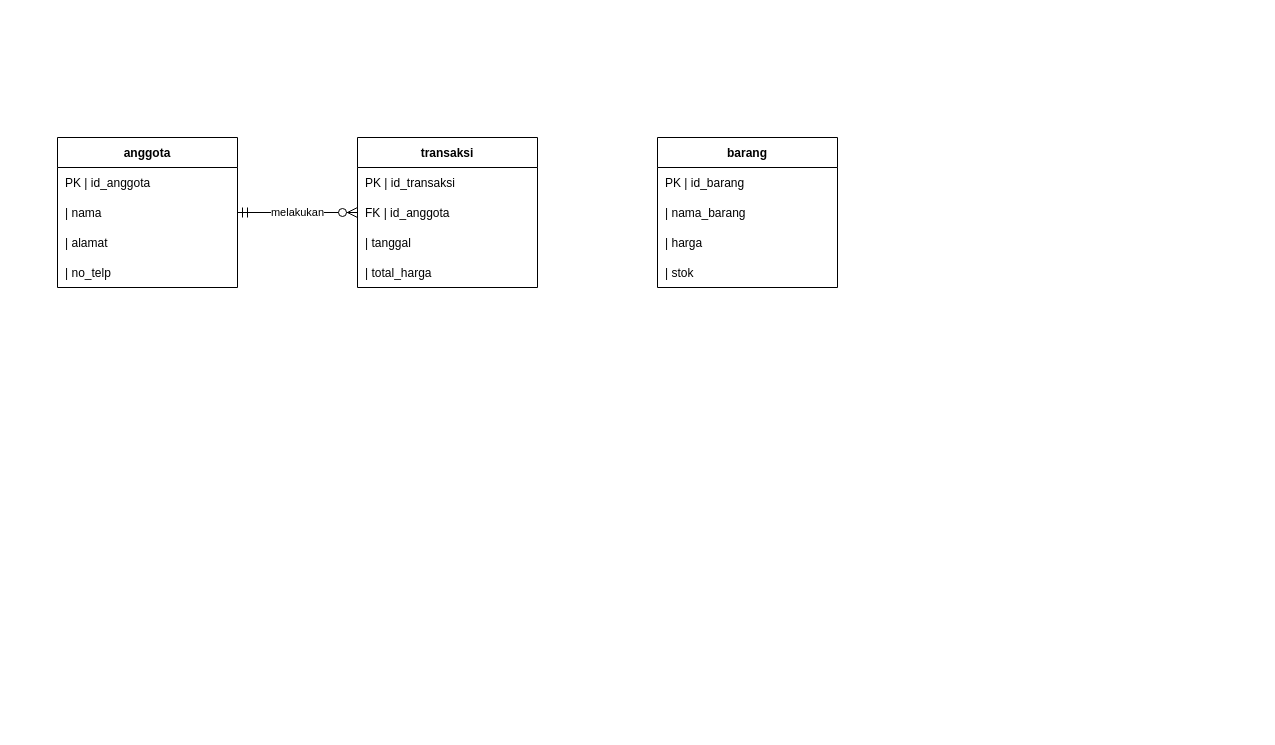
Before: p03_erd_kopma_25430113.drawio in gustyantamatiyadie837-tech/basisdata-25430113, a draw.io diagram. Source tidied: cells renumbered, new cells numbered last; positions are measured from the earlier drawing's top-left corner, leaving out a move shared by most shapes. Both pictures are drawn from the tidied source at 100%, with x=0, y=0 at pixel (57, 137).
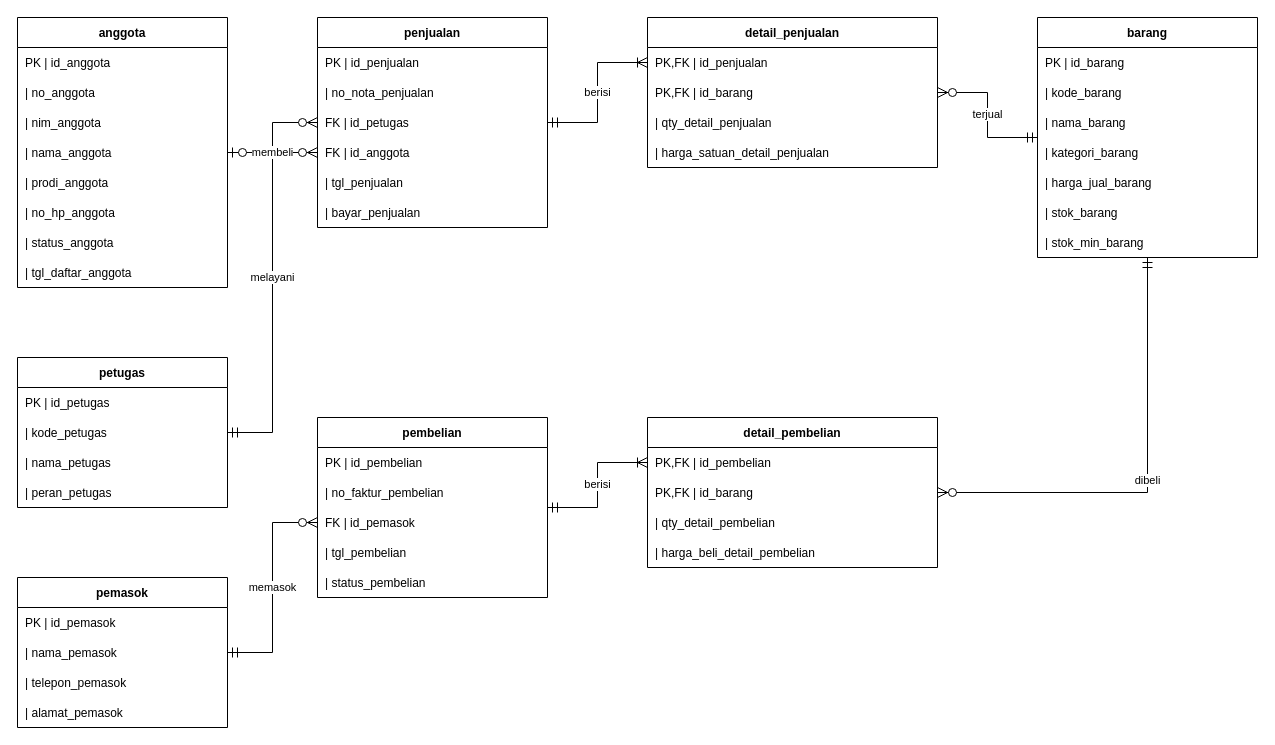
After the change.

Commit message (it also covers changes not shown here):
Perbaiki modul 2-4: skema perpustakaan dan ERD

Change to the diagram source:
```diff
@@
     <mxCell id="2" value="anggota" style="shape=table;startSize=30;childLayout=tableLayout;rowLines=1;fontStyle=1;align=center;" parent="1" vertex="1">
-      <mxGeometry width="180" height="150" as="geometry" />
+      <mxGeometry x="-40" y="-120" width="210" height="270" as="geometry" />
     </mxCell>
     <mxCell id="3" value="PK | id_anggota" style="shape=partialRectangle;fillColor=none;strokeColor=inherit;top=0;left=0;bottom=0;right=0;align=left;spacingLeft=6;" parent="2" vertex="1">
-      <mxGeometry y="30" width="180" height="30" as="geometry" />
+      <mxGeometry y="30" width="210" height="30" as="geometry" />
     </mxCell>
-    <mxCell id="4" value="     | nama" style="shape=partialRectangle;fillColor=none;strokeColor=inherit;top=0;left=0;bottom=0;right=0;align=left;spacingLeft=6;" parent="2" vertex="1">
-      <mxGeometry y="60" width="180" height="30" as="geometry" />
-    </mxCell>
-    <mxCell id="5" value="     | alamat" style="shape=partialRectangle;fillColor=none;strokeColor=inherit;top=0;left=0;bottom=0;right=0;align=left;spacingLeft=6;" parent="2" vertex="1">
-      <mxGeometry y="90" width="180" height="30" as="geometry" />
-    </mxCell>
-    <mxCell id="6" value="     | no_telp" style="shape=partialRectangle;fillColor=none;strokeColor=inherit;top=0;left=0;bottom=0;right=0;align=left;spacingLeft=6;" parent="2" vertex="1">
-      <mxGeometry y="120" width="180" height="30" as="geometry" />
-    </mxCell>
-    <mxCell id="7" value="transaksi" style="shape=table;startSize=30;childLayout=tableLayout;rowLines=1;fontStyle=1;align=center;" parent="1" vertex="1">
-      <mxGeometry x="300" width="180" height="150" as="geometry" />
-    </mxCell>
-    <mxCell id="8" value="PK | id_transaksi" style="shape=partialRectangle;fillColor=none;strokeColor=inherit;top=0;left=0;bottom=0;right=0;align=left;spacingLeft=6;" parent="7" vertex="1">
-      <mxGeometry y="30" width="180" height="30" as="geometry" />
-    </mxCell>
+    <mxCell id="18" value="     | no_anggota" style="shape=partialRectangle;fillColor=none;strokeColor=inherit;top=0;left=0;bottom=0;right=0;align=left;spacingLeft=6;" parent="2" vertex="1">
+      <mxGeometry y="60" width="210" height="30" as="geometry" />
+    </mxCell>
+    <mxCell id="19" value="     | nim_anggota" style="shape=partialRectangle;fillColor=none;strokeColor=inherit;top=0;left=0;bottom=0;right=0;align=left;spacingLeft=6;" parent="2" vertex="1">
+      <mxGeometry y="90" width="210" height="30" as="geometry" />
+    </mxCell>
+    <mxCell id="20" value="     | nama_anggota" style="shape=partialRectangle;fillColor=none;strokeColor=inherit;top=0;left=0;bottom=0;right=0;align=left;spacingLeft=6;" parent="2" vertex="1">
+      <mxGeometry y="120" width="210" height="30" as="geometry" />
+    </mxCell>
+    <mxCell id="21" value="     | prodi_anggota" style="shape=partialRectangle;fillColor=none;strokeColor=inherit;top=0;left=0;bottom=0;right=0;align=left;spacingLeft=6;" parent="2" vertex="1">
+      <mxGeometry y="150" width="210" height="30" as="geometry" />
+    </mxCell>
+    <mxCell id="22" value="     | no_hp_anggota" style="shape=partialRectangle;fillColor=none;strokeColor=inherit;top=0;left=0;bottom=0;right=0;align=left;spacingLeft=6;" parent="2" vertex="1">
+      <mxGeometry y="180" width="210" height="30" as="geometry" />
+    </mxCell>
+    <mxCell id="23" value="     | status_anggota" style="shape=partialRectangle;fillColor=none;strokeColor=inherit;top=0;left=0;bottom=0;right=0;align=left;spacingLeft=6;" parent="2" vertex="1">
+      <mxGeometry y="210" width="210" height="30" as="geometry" />
+    </mxCell>
+    <mxCell id="24" value="     | tgl_daftar_anggota" style="shape=partialRectangle;fillColor=none;strokeColor=inherit;top=0;left=0;bottom=0;right=0;align=left;spacingLeft=6;" parent="2" vertex="1">
+      <mxGeometry y="240" width="210" height="30" as="geometry" />
+    </mxCell>
+    <mxCell id="25" value="petugas" style="shape=table;startSize=30;childLayout=tableLayout;rowLines=1;fontStyle=1;align=center;" parent="1" vertex="1">
+      <mxGeometry x="-40" y="220" width="210" height="150" as="geometry" />
+    </mxCell>
+    <mxCell id="26" value="PK | id_petugas" style="shape=partialRectangle;fillColor=none;strokeColor=inherit;top=0;left=0;bottom=0;right=0;align=left;spacingLeft=6;" parent="25" vertex="1">
+      <mxGeometry y="30" width="210" height="30" as="geometry" />
+    </mxCell>
+    <mxCell id="27" value="     | kode_petugas" style="shape=partialRectangle;fillColor=none;strokeColor=inherit;top=0;left=0;bottom=0;right=0;align=left;spacingLeft=6;" parent="25" vertex="1">
+      <mxGeometry y="60" width="210" height="30" as="geometry" />
+    </mxCell>
+    <mxCell id="28" value="     | nama_petugas" style="shape=partialRectangle;fillColor=none;strokeColor=inherit;top=0;left=0;bottom=0;right=0;align=left;spacingLeft=6;" parent="25" vertex="1">
+      <mxGeometry y="90" width="210" height="30" as="geometry" />
+    </mxCell>
+    <mxCell id="29" value="     | peran_petugas" style="shape=partialRectangle;fillColor=none;strokeColor=inherit;top=0;left=0;bottom=0;right=0;align=left;spacingLeft=6;" parent="25" vertex="1">
+      <mxGeometry y="120" width="210" height="30" as="geometry" />
+    </mxCell>
+    <mxCell id="30" value="pemasok" style="shape=table;startSize=30;childLayout=tableLayout;rowLines=1;fontStyle=1;align=center;" parent="1" vertex="1">
+      <mxGeometry x="-40" y="440" width="210" height="150" as="geometry" />
+    </mxCell>
+    <mxCell id="31" value="PK | id_pemasok" style="shape=partialRectangle;fillColor=none;strokeColor=inherit;top=0;left=0;bottom=0;right=0;align=left;spacingLeft=6;" parent="30" vertex="1">
+      <mxGeometry y="30" width="210" height="30" as="geometry" />
+    </mxCell>
+    <mxCell id="32" value="     | nama_pemasok" style="shape=partialRectangle;fillColor=none;strokeColor=inherit;top=0;left=0;bottom=0;right=0;align=left;spacingLeft=6;" parent="30" vertex="1">
+      <mxGeometry y="60" width="210" height="30" as="geometry" />
+    </mxCell>
+    <mxCell id="33" value="     | telepon_pemasok" style="shape=partialRectangle;fillColor=none;strokeColor=inherit;top=0;left=0;bottom=0;right=0;align=left;spacingLeft=6;" parent="30" vertex="1">
+      <mxGeometry y="90" width="210" height="30" as="geometry" />
+    </mxCell>
+    <mxCell id="34" value="     | alamat_pemasok" style="shape=partialRectangle;fillColor=none;strokeColor=inherit;top=0;left=0;bottom=0;right=0;align=left;spacingLeft=6;" parent="30" vertex="1">
+      <mxGeometry y="120" width="210" height="30" as="geometry" />
+    </mxCell>
+    <mxCell id="35" value="penjualan" style="shape=table;startSize=30;childLayout=tableLayout;rowLines=1;fontStyle=1;align=center;" parent="1" vertex="1">
+      <mxGeometry x="260" y="-120" width="230" height="210" as="geometry" />
+    </mxCell>
+    <mxCell id="36" value="PK | id_penjualan" style="shape=partialRectangle;fillColor=none;strokeColor=inherit;top=0;left=0;bottom=0;right=0;align=left;spacingLeft=6;" parent="35" vertex="1">
+      <mxGeometry y="30" width="230" height="30" as="geometry" />
+    </mxCell>
+    <mxCell id="37" value="     | no_nota_penjualan" style="shape=partialRectangle;fillColor=none;strokeColor=inherit;top=0;left=0;bottom=0;right=0;align=left;spacingLeft=6;" parent="35" vertex="1">
+      <mxGeometry y="60" width="230" height="30" as="geometry" />
+    </mxCell>
+    <mxCell id="38" value="FK | id_petugas" style="shape=partialRectangle;fillColor=none;points=[];strokeColor=inherit;top=0;left=0;bottom=0;right=0;align=left;spacingLeft=6;" parent="35" vertex="1">
+      <mxGeometry y="90" width="230" height="30" as="geometry" />
+    </mxCell>
-    <mxCell id="9" value="FK | id_anggota" style="shape=partialRectangle;fillColor=none;points=[];strokeColor=inherit;top=0;left=0;bottom=0;right=0;align=left;spacingLeft=6;" parent="7" vertex="1">
-      <mxGeometry y="60" width="180" height="30" as="geometry" />
+    <mxCell id="9" value="FK | id_anggota" style="shape=partialRectangle;fillColor=none;points=[];strokeColor=inherit;top=0;left=0;bottom=0;right=0;align=left;spacingLeft=6;" parent="35" vertex="1">
+      <mxGeometry y="120" width="230" height="30" as="geometry" />
     </mxCell>
-    <mxCell id="10" value="     | tanggal" style="shape=partialRectangle;fillColor=none;strokeColor=inherit;top=0;left=0;bottom=0;right=0;align=left;spacingLeft=6;" parent="7" vertex="1">
-      <mxGeometry y="90" width="180" height="30" as="geometry" />
-    </mxCell>
-    <mxCell id="11" value="     | total_harga" style="shape=partialRectangle;fillColor=none;strokeColor=inherit;top=0;left=0;bottom=0;right=0;align=left;spacingLeft=6;" parent="7" vertex="1">
-      <mxGeometry y="120" width="180" height="30" as="geometry" />
-    </mxCell>
+    <mxCell id="39" value="     | tgl_penjualan" style="shape=partialRectangle;fillColor=none;strokeColor=inherit;top=0;left=0;bottom=0;right=0;align=left;spacingLeft=6;" parent="35" vertex="1">
+      <mxGeometry y="150" width="230" height="30" as="geometry" />
+    </mxCell>
+    <mxCell id="40" value="     | bayar_penjualan" style="shape=partialRectangle;fillColor=none;strokeColor=inherit;top=0;left=0;bottom=0;right=0;align=left;spacingLeft=6;" parent="35" vertex="1">
+      <mxGeometry y="180" width="230" height="30" as="geometry" />
+    </mxCell>
+    <mxCell id="41" value="detail_penjualan" style="shape=table;startSize=30;childLayout=tableLayout;rowLines=1;fontStyle=1;align=center;" parent="1" vertex="1">
+      <mxGeometry x="590" y="-120" width="290" height="150" as="geometry" />
+    </mxCell>
+    <mxCell id="42" value="PK,FK | id_penjualan" style="shape=partialRectangle;fillColor=none;points=[];strokeColor=inherit;top=0;left=0;bottom=0;right=0;align=left;spacingLeft=6;" parent="41" vertex="1">
+      <mxGeometry y="30" width="290" height="30" as="geometry" />
+    </mxCell>
+    <mxCell id="43" value="PK,FK | id_barang" style="shape=partialRectangle;fillColor=none;points=[];strokeColor=inherit;top=0;left=0;bottom=0;right=0;align=left;spacingLeft=6;" parent="41" vertex="1">
+      <mxGeometry y="60" width="290" height="30" as="geometry" />
+    </mxCell>
+    <mxCell id="44" value="     | qty_detail_penjualan" style="shape=partialRectangle;fillColor=none;strokeColor=inherit;top=0;left=0;bottom=0;right=0;align=left;spacingLeft=6;" parent="41" vertex="1">
+      <mxGeometry y="90" width="290" height="30" as="geometry" />
+    </mxCell>
+    <mxCell id="45" value="     | harga_satuan_detail_penjualan" style="shape=partialRectangle;fillColor=none;strokeColor=inherit;top=0;left=0;bottom=0;right=0;align=left;spacingLeft=6;" parent="41" vertex="1">
+      <mxGeometry y="120" width="290" height="30" as="geometry" />
+    </mxCell>
     <mxCell id="12" value="barang" style="shape=table;startSize=30;childLayout=tableLayout;rowLines=1;fontStyle=1;align=center;" parent="1" vertex="1">
-      <mxGeometry x="600" width="180" height="150" as="geometry" />
+      <mxGeometry x="980" y="-120" width="220" height="240" as="geometry" />
     </mxCell>
     <mxCell id="13" value="PK | id_barang" style="shape=partialRectangle;fillColor=none;strokeColor=inherit;top=0;left=0;bottom=0;right=0;align=left;spacingLeft=6;" parent="12" vertex="1">
-      <mxGeometry y="30" width="180" height="30" as="geometry" />
+      <mxGeometry y="30" width="220" height="30" as="geometry" />
     </mxCell>
+    <mxCell id="46" value="     | kode_barang" style="shape=partialRectangle;fillColor=none;strokeColor=inherit;top=0;left=0;bottom=0;right=0;align=left;spacingLeft=6;" parent="12" vertex="1">
+      <mxGeometry y="60" width="220" height="30" as="geometry" />
+    </mxCell>
     <mxCell id="14" value="     | nama_barang" style="shape=partialRectangle;fillColor=none;strokeColor=inherit;top=0;left=0;bottom=0;right=0;align=left;spacingLeft=6;" parent="12" vertex="1">
-      <mxGeometry y="60" width="180" height="30" as="geometry" />
+      <mxGeometry y="90" width="220" height="30" as="geometry" />
     </mxCell>
-    <mxCell id="15" value="     | harga" style="shape=partialRectangle;fillColor=none;strokeColor=inherit;top=0;left=0;bottom=0;right=0;align=left;spacingLeft=6;" parent="12" vertex="1">
-      <mxGeometry y="90" width="180" height="30" as="geometry" />
-    </mxCell>
-    <mxCell id="16" value="     | stok" style="shape=partialRectangle;fillColor=none;strokeColor=inherit;top=0;left=0;bottom=0;right=0;align=left;spacingLeft=6;" parent="12" vertex="1">
-      <mxGeometry y="120" width="180" height="30" as="geometry" />
-    </mxCell>
+    <mxCell id="47" value="     | kategori_barang" style="shape=partialRectangle;fillColor=none;strokeColor=inherit;top=0;left=0;bottom=0;right=0;align=left;spacingLeft=6;" parent="12" vertex="1">
+      <mxGeometry y="120" width="220" height="30" as="geometry" />
+    </mxCell>
+    <mxCell id="48" value="     | harga_jual_barang" style="shape=partialRectangle;fillColor=none;strokeColor=inherit;top=0;left=0;bottom=0;right=0;align=left;spacingLeft=6;" parent="12" vertex="1">
+      <mxGeometry y="150" width="220" height="30" as="geometry" />
+    </mxCell>
+    <mxCell id="49" value="     | stok_barang" style="shape=partialRectangle;fillColor=none;strokeColor=inherit;top=0;left=0;bottom=0;right=0;align=left;spacingLeft=6;" parent="12" vertex="1">
+      <mxGeometry y="180" width="220" height="30" as="geometry" />
+    </mxCell>
+    <mxCell id="50" value="     | stok_min_barang" style="shape=partialRectangle;fillColor=none;strokeColor=inherit;top=0;left=0;bottom=0;right=0;align=left;spacingLeft=6;" parent="12" vertex="1">
+      <mxGeometry y="210" width="220" height="30" as="geometry" />
+    </mxCell>
+    <mxCell id="51" value="pembelian" style="shape=table;startSize=30;childLayout=tableLayout;rowLines=1;fontStyle=1;align=center;" parent="1" vertex="1">
+      <mxGeometry x="260" y="280" width="230" height="180" as="geometry" />
+    </mxCell>
+    <mxCell id="52" value="PK | id_pembelian" style="shape=partialRectangle;fillColor=none;strokeColor=inherit;top=0;left=0;bottom=0;right=0;align=left;spacingLeft=6;" parent="51" vertex="1">
+      <mxGeometry y="30" width="230" height="30" as="geometry" />
+    </mxCell>
+    <mxCell id="53" value="     | no_faktur_pembelian" style="shape=partialRectangle;fillColor=none;strokeColor=inherit;top=0;left=0;bottom=0;right=0;align=left;spacingLeft=6;" parent="51" vertex="1">
+      <mxGeometry y="60" width="230" height="30" as="geometry" />
+    </mxCell>
+    <mxCell id="54" value="FK | id_pemasok" style="shape=partialRectangle;fillColor=none;points=[];strokeColor=inherit;top=0;left=0;bottom=0;right=0;align=left;spacingLeft=6;" parent="51" vertex="1">
+      <mxGeometry y="90" width="230" height="30" as="geometry" />
+    </mxCell>
+    <mxCell id="55" value="     | tgl_pembelian" style="shape=partialRectangle;fillColor=none;strokeColor=inherit;top=0;left=0;bottom=0;right=0;align=left;spacingLeft=6;" parent="51" vertex="1">
+      <mxGeometry y="120" width="230" height="30" as="geometry" />
+    </mxCell>
+    <mxCell id="56" value="     | status_pembelian" style="shape=partialRectangle;fillColor=none;strokeColor=inherit;top=0;left=0;bottom=0;right=0;align=left;spacingLeft=6;" parent="51" vertex="1">
+      <mxGeometry y="150" width="230" height="30" as="geometry" />
+    </mxCell>
+    <mxCell id="57" value="detail_pembelian" style="shape=table;startSize=30;childLayout=tableLayout;rowLines=1;fontStyle=1;align=center;" parent="1" vertex="1">
+      <mxGeometry x="590" y="280" width="290" height="150" as="geometry" />
+    </mxCell>
+    <mxCell id="58" value="PK,FK | id_pembelian" style="shape=partialRectangle;fillColor=none;points=[];strokeColor=inherit;top=0;left=0;bottom=0;right=0;align=left;spacingLeft=6;" parent="57" vertex="1">
+      <mxGeometry y="30" width="290" height="30" as="geometry" />
+    </mxCell>
+    <mxCell id="59" value="PK,FK | id_barang" style="shape=partialRectangle;fillColor=none;points=[];strokeColor=inherit;top=0;left=0;bottom=0;right=0;align=left;spacingLeft=6;" parent="57" vertex="1">
+      <mxGeometry y="60" width="290" height="30" as="geometry" />
+    </mxCell>
+    <mxCell id="60" value="     | qty_detail_pembelian" style="shape=partialRectangle;fillColor=none;strokeColor=inherit;top=0;left=0;bottom=0;right=0;align=left;spacingLeft=6;" parent="57" vertex="1">
+      <mxGeometry y="90" width="290" height="30" as="geometry" />
+    </mxCell>
+    <mxCell id="61" value="     | harga_beli_detail_pembelian" style="shape=partialRectangle;fillColor=none;strokeColor=inherit;top=0;left=0;bottom=0;right=0;align=left;spacingLeft=6;" parent="57" vertex="1">
+      <mxGeometry y="120" width="290" height="30" as="geometry" />
+    </mxCell>
+    <mxCell id="62" value="melayani" style="edgeStyle=orthogonalEdgeStyle;rounded=0;html=1;startArrow=ERmandOne;startSize=8;endArrow=ERzeroToMany;endSize=8;entryX=0;entryY=0.5;entryDx=0;entryDy=0;exitX=1;exitY=0.5;exitDx=0;exitDy=0;" parent="1" edge="1" source="25" target="38">
+      <mxGeometry relative="1" as="geometry" />
+    </mxCell>
-    <mxCell id="17" value="melakukan" style="edgeStyle=orthogonalEdgeStyle;rounded=0;html=1;startArrow=ERmandOne;startSize=8;endArrow=ERzeroToMany;endSize=8;entryX=0;entryY=0.5;entryDx=0;entryDy=0;exitX=1;exitY=0.5;exitDx=0;exitDy=0;" parent="1" edge="1" source="2" target="9">
+    <mxCell id="17" value="membeli" style="edgeStyle=orthogonalEdgeStyle;rounded=0;html=1;startArrow=ERzeroToOne;startSize=8;endArrow=ERzeroToMany;endSize=8;entryX=0;entryY=0.5;entryDx=0;entryDy=0;exitX=1;exitY=0.5;exitDx=0;exitDy=0;" parent="1" edge="1" source="2" target="9">
       <mxGeometry relative="1" as="geometry" />
     </mxCell>
+    <mxCell id="63" value="berisi" style="edgeStyle=orthogonalEdgeStyle;rounded=0;html=1;startArrow=ERmandOne;startSize=8;endArrow=ERoneToMany;endSize=8;entryX=0;entryY=0.5;entryDx=0;entryDy=0;exitX=1;exitY=0.5;exitDx=0;exitDy=0;" parent="1" edge="1" source="35" target="42">
+      <mxGeometry relative="1" as="geometry" />
+    </mxCell>
+    <mxCell id="64" value="terjual" style="edgeStyle=orthogonalEdgeStyle;rounded=0;html=1;startArrow=ERmandOne;startSize=8;endArrow=ERzeroToMany;endSize=8;entryX=1;entryY=0.5;entryDx=0;entryDy=0;exitX=0;exitY=0.5;exitDx=0;exitDy=0;" parent="1" edge="1" source="12" target="43">
+      <mxGeometry relative="1" as="geometry" />
+    </mxCell>
+    <mxCell id="65" value="memasok" style="edgeStyle=orthogonalEdgeStyle;rounded=0;html=1;startArrow=ERmandOne;startSize=8;endArrow=ERzeroToMany;endSize=8;entryX=0;entryY=0.5;entryDx=0;entryDy=0;exitX=1;exitY=0.5;exitDx=0;exitDy=0;" parent="1" edge="1" source="30" target="54">
+      <mxGeometry relative="1" as="geometry" />
+    </mxCell>
+    <mxCell id="66" value="berisi" style="edgeStyle=orthogonalEdgeStyle;rounded=0;html=1;startArrow=ERmandOne;startSize=8;endArrow=ERoneToMany;endSize=8;entryX=0;entryY=0.5;entryDx=0;entryDy=0;exitX=1;exitY=0.5;exitDx=0;exitDy=0;" parent="1" edge="1" source="51" target="58">
+      <mxGeometry relative="1" as="geometry" />
+    </mxCell>
+    <mxCell id="67" value="dibeli" style="edgeStyle=orthogonalEdgeStyle;rounded=0;html=1;startArrow=ERmandOne;startSize=8;endArrow=ERzeroToMany;endSize=8;entryX=1;entryY=0.5;entryDx=0;entryDy=0;exitX=0.5;exitY=1;exitDx=0;exitDy=0;" parent="1" edge="1" source="12" target="59">
+      <mxGeometry relative="1" as="geometry" />
+    </mxCell>
```
